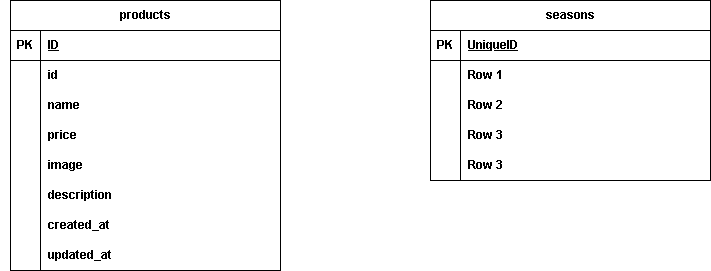
sophy-iu/freshly-picked keeps this draw.io diagram as index.drawio.png. Above is the earlier version. Source tidied: cells renumbered, new cells last; positions are measured from the earlier drawing's top-left corner, leaving out a move shared by most shapes.
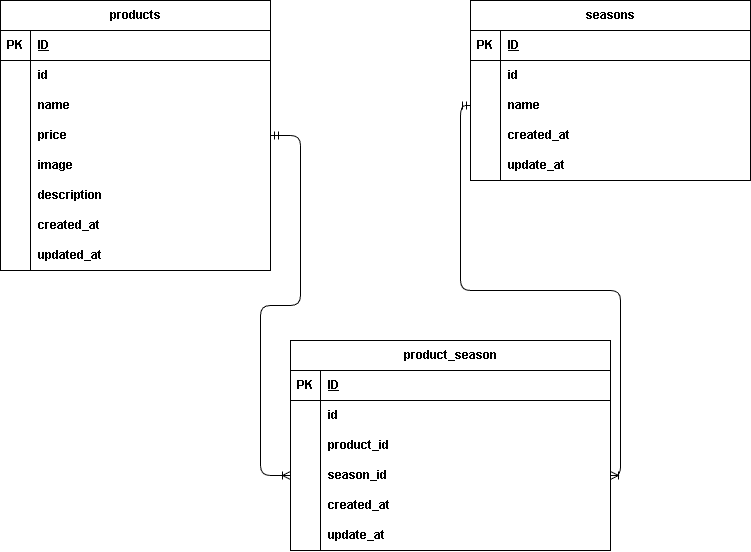
Above is the later version.

Commit message:
ER図作成完了

What changed in the source:
```diff
@@ -9,7 +9,7 @@
       <mxGeometry width="30" height="30" as="geometry" />
     </mxCell>
     <mxCell id="4" value="products" style="shape=table;startSize=30;rowLines=0;fontStyle=1;align=center;html=1;strokeColor=default;strokeWidth=1;verticalAlign=middle;fontFamily=Helvetica;fontSize=12;fontColor=default;fillColor=default;" parent="1" vertex="1">
-      <mxGeometry x="10" width="270" height="270" as="geometry" />
+      <mxGeometry x="-40" width="270" height="270" as="geometry" />
     </mxCell>
     <mxCell id="5" style="shape=tableRow;horizontal=0;startSize=0;swimlaneHead=0;swimlaneBody=0;fillColor=none;top=0;left=0;right=0;bottom=1;strokeColor=default;strokeWidth=1;align=center;verticalAlign=middle;fontFamily=Helvetica;fontSize=12;fontColor=default;fontStyle=1;" parent="4" vertex="1">
       <mxGeometry y="30" width="270" height="30" as="geometry" />
@@ -92,7 +92,7 @@
     <mxCell id="31" value="PK" style="shape=partialRectangle;fillColor=none;top=0;left=0;bottom=0;right=0;fontStyle=1;overflow=hidden;whiteSpace=wrap;html=1;strokeColor=default;strokeWidth=1;align=center;verticalAlign=middle;fontFamily=Helvetica;fontSize=12;fontColor=default;" parent="30" vertex="1">
       <mxGeometry width="30" height="30" as="geometry" />
     </mxCell>
-    <mxCell id="32" value="UniqueID" style="shape=partialRectangle;fillColor=none;top=0;left=0;bottom=0;right=0;align=left;spacingLeft=6;fontStyle=5;overflow=hidden;whiteSpace=wrap;html=1;strokeColor=default;strokeWidth=1;verticalAlign=middle;fontFamily=Helvetica;fontSize=12;fontColor=default;" parent="30" vertex="1">
+    <mxCell id="32" value="ID" style="shape=partialRectangle;fillColor=none;top=0;left=0;bottom=0;right=0;align=left;spacingLeft=6;fontStyle=5;overflow=hidden;whiteSpace=wrap;html=1;strokeColor=default;strokeWidth=1;verticalAlign=middle;fontFamily=Helvetica;fontSize=12;fontColor=default;" parent="30" vertex="1">
       <mxGeometry x="30" width="250" height="30" as="geometry" />
     </mxCell>
     <mxCell id="33" style="shape=tableRow;horizontal=0;startSize=0;swimlaneHead=0;swimlaneBody=0;fillColor=none;top=0;left=0;right=0;bottom=0;strokeColor=default;strokeWidth=1;align=center;verticalAlign=middle;fontFamily=Helvetica;fontSize=12;fontColor=default;fontStyle=1;" parent="29" vertex="1">
@@ -101,7 +101,7 @@
     <mxCell id="34" style="shape=partialRectangle;fillColor=none;top=0;left=0;bottom=0;right=0;overflow=hidden;whiteSpace=wrap;html=1;strokeColor=default;strokeWidth=1;align=center;verticalAlign=middle;fontFamily=Helvetica;fontSize=12;fontColor=default;fontStyle=1;" parent="33" vertex="1">
       <mxGeometry width="30" height="30" as="geometry" />
     </mxCell>
-    <mxCell id="35" value="Row 1" style="shape=partialRectangle;fillColor=none;top=0;left=0;bottom=0;right=0;align=left;spacingLeft=6;overflow=hidden;whiteSpace=wrap;html=1;strokeColor=default;strokeWidth=1;verticalAlign=middle;fontFamily=Helvetica;fontSize=12;fontColor=default;fontStyle=1;" parent="33" vertex="1">
+    <mxCell id="35" value="id" style="shape=partialRectangle;fillColor=none;top=0;left=0;bottom=0;right=0;align=left;spacingLeft=6;overflow=hidden;whiteSpace=wrap;html=1;strokeColor=default;strokeWidth=1;verticalAlign=middle;fontFamily=Helvetica;fontSize=12;fontColor=default;fontStyle=1;" parent="33" vertex="1">
       <mxGeometry x="30" width="250" height="30" as="geometry" />
     </mxCell>
     <mxCell id="36" style="shape=tableRow;horizontal=0;startSize=0;swimlaneHead=0;swimlaneBody=0;fillColor=none;points=[[0,0.5],[1,0.5]];portConstraint=eastwest;top=0;left=0;right=0;bottom=0;strokeColor=default;strokeWidth=1;align=center;verticalAlign=middle;fontFamily=Helvetica;fontSize=12;fontColor=default;fontStyle=1;" parent="29" vertex="1">
@@ -110,7 +110,7 @@
     <mxCell id="37" style="shape=partialRectangle;fillColor=none;top=0;left=0;bottom=0;right=0;overflow=hidden;whiteSpace=wrap;html=1;strokeColor=default;strokeWidth=1;align=center;verticalAlign=middle;fontFamily=Helvetica;fontSize=12;fontColor=default;fontStyle=1;" parent="36" vertex="1">
       <mxGeometry width="30" height="30" as="geometry" />
     </mxCell>
-    <mxCell id="38" value="Row 2" style="shape=partialRectangle;fillColor=none;top=0;left=0;bottom=0;right=0;align=left;spacingLeft=6;overflow=hidden;whiteSpace=wrap;html=1;strokeColor=default;strokeWidth=1;verticalAlign=middle;fontFamily=Helvetica;fontSize=12;fontColor=default;fontStyle=1;" parent="36" vertex="1">
+    <mxCell id="38" value="name" style="shape=partialRectangle;fillColor=none;top=0;left=0;bottom=0;right=0;align=left;spacingLeft=6;overflow=hidden;whiteSpace=wrap;html=1;strokeColor=default;strokeWidth=1;verticalAlign=middle;fontFamily=Helvetica;fontSize=12;fontColor=default;fontStyle=1;" parent="36" vertex="1">
       <mxGeometry x="30" width="250" height="30" as="geometry" />
     </mxCell>
     <mxCell id="39" style="shape=tableRow;horizontal=0;startSize=0;swimlaneHead=0;swimlaneBody=0;fillColor=none;top=0;left=0;right=0;bottom=0;strokeColor=default;strokeWidth=1;align=center;verticalAlign=middle;fontFamily=Helvetica;fontSize=12;fontColor=default;fontStyle=1;" parent="29" vertex="1">
@@ -119,7 +119,7 @@
     <mxCell id="40" style="shape=partialRectangle;fillColor=none;top=0;left=0;bottom=0;right=0;overflow=hidden;whiteSpace=wrap;html=1;strokeColor=default;strokeWidth=1;align=center;verticalAlign=middle;fontFamily=Helvetica;fontSize=12;fontColor=default;fontStyle=1;" parent="39" vertex="1">
       <mxGeometry width="30" height="30" as="geometry" />
     </mxCell>
-    <mxCell id="41" value="Row 3" style="shape=partialRectangle;fillColor=none;top=0;left=0;bottom=0;right=0;align=left;spacingLeft=6;overflow=hidden;whiteSpace=wrap;html=1;strokeColor=default;strokeWidth=1;verticalAlign=middle;fontFamily=Helvetica;fontSize=12;fontColor=default;fontStyle=1;" parent="39" vertex="1">
+    <mxCell id="41" value="created_at" style="shape=partialRectangle;fillColor=none;top=0;left=0;bottom=0;right=0;align=left;spacingLeft=6;overflow=hidden;whiteSpace=wrap;html=1;strokeColor=default;strokeWidth=1;verticalAlign=middle;fontFamily=Helvetica;fontSize=12;fontColor=default;fontStyle=1;" parent="39" vertex="1">
       <mxGeometry x="30" width="250" height="30" as="geometry" />
     </mxCell>
     <mxCell id="42" style="shape=tableRow;horizontal=0;startSize=0;swimlaneHead=0;swimlaneBody=0;fillColor=none;top=0;left=0;right=0;bottom=0;strokeColor=default;strokeWidth=1;align=center;verticalAlign=middle;fontFamily=Helvetica;fontSize=12;fontColor=default;fontStyle=1;" parent="29" vertex="1">
@@ -128,8 +128,77 @@
     <mxCell id="43" style="shape=partialRectangle;fillColor=none;top=0;left=0;bottom=0;right=0;overflow=hidden;whiteSpace=wrap;html=1;strokeColor=default;strokeWidth=1;align=center;verticalAlign=middle;fontFamily=Helvetica;fontSize=12;fontColor=default;fontStyle=1;" parent="42" vertex="1">
       <mxGeometry width="30" height="30" as="geometry" />
     </mxCell>
-    <mxCell id="44" value="Row 3" style="shape=partialRectangle;fillColor=none;top=0;left=0;bottom=0;right=0;align=left;spacingLeft=6;overflow=hidden;whiteSpace=wrap;html=1;strokeColor=default;strokeWidth=1;verticalAlign=middle;fontFamily=Helvetica;fontSize=12;fontColor=default;fontStyle=1;" parent="42" vertex="1">
+    <mxCell id="44" value="update_at" style="shape=partialRectangle;fillColor=none;top=0;left=0;bottom=0;right=0;align=left;spacingLeft=6;overflow=hidden;whiteSpace=wrap;html=1;strokeColor=default;strokeWidth=1;verticalAlign=middle;fontFamily=Helvetica;fontSize=12;fontColor=default;fontStyle=1;" parent="42" vertex="1">
       <mxGeometry x="30" width="250" height="30" as="geometry" />
     </mxCell>
+    <mxCell id="45" value="product_season" style="shape=table;startSize=30;rowLines=0;fontStyle=1;align=center;html=1;strokeColor=default;strokeWidth=1;verticalAlign=middle;fontFamily=Helvetica;fontSize=12;fontColor=default;fillColor=default;" parent="1" vertex="1">
+      <mxGeometry x="250" y="340" width="320" height="210" as="geometry" />
+    </mxCell>
+    <mxCell id="46" style="shape=tableRow;horizontal=0;startSize=0;swimlaneHead=0;swimlaneBody=0;fillColor=none;top=0;left=0;right=0;bottom=1;strokeColor=default;strokeWidth=1;align=center;verticalAlign=middle;fontFamily=Helvetica;fontSize=12;fontColor=default;fontStyle=1;" parent="45" vertex="1">
+      <mxGeometry y="30" width="320" height="30" as="geometry" />
+    </mxCell>
+    <mxCell id="47" value="PK" style="shape=partialRectangle;fillColor=none;top=0;left=0;bottom=0;right=0;fontStyle=1;overflow=hidden;whiteSpace=wrap;html=1;strokeColor=default;strokeWidth=1;align=center;verticalAlign=middle;fontFamily=Helvetica;fontSize=12;fontColor=default;" parent="46" vertex="1">
+      <mxGeometry width="30" height="30" as="geometry" />
+    </mxCell>
+    <mxCell id="48" value="ID" style="shape=partialRectangle;fillColor=none;top=0;left=0;bottom=0;right=0;align=left;spacingLeft=6;fontStyle=5;overflow=hidden;whiteSpace=wrap;html=1;strokeColor=default;strokeWidth=1;verticalAlign=middle;fontFamily=Helvetica;fontSize=12;fontColor=default;" parent="46" vertex="1">
+      <mxGeometry x="30" width="290" height="30" as="geometry" />
+    </mxCell>
+    <mxCell id="49" style="shape=tableRow;horizontal=0;startSize=0;swimlaneHead=0;swimlaneBody=0;fillColor=none;top=0;left=0;right=0;bottom=0;strokeColor=default;strokeWidth=1;align=center;verticalAlign=middle;fontFamily=Helvetica;fontSize=12;fontColor=default;fontStyle=1;" parent="45" vertex="1">
+      <mxGeometry y="60" width="320" height="30" as="geometry" />
+    </mxCell>
+    <mxCell id="50" style="shape=partialRectangle;fillColor=none;top=0;left=0;bottom=0;right=0;overflow=hidden;whiteSpace=wrap;html=1;strokeColor=default;strokeWidth=1;align=center;verticalAlign=middle;fontFamily=Helvetica;fontSize=12;fontColor=default;fontStyle=1;" parent="49" vertex="1">
+      <mxGeometry width="30" height="30" as="geometry" />
+    </mxCell>
+    <mxCell id="51" value="id" style="shape=partialRectangle;fillColor=none;top=0;left=0;bottom=0;right=0;align=left;spacingLeft=6;overflow=hidden;whiteSpace=wrap;html=1;strokeColor=default;strokeWidth=1;verticalAlign=middle;fontFamily=Helvetica;fontSize=12;fontColor=default;fontStyle=1;" parent="49" vertex="1">
+      <mxGeometry x="30" width="290" height="30" as="geometry" />
+    </mxCell>
+    <mxCell id="52" style="shape=tableRow;horizontal=0;startSize=0;swimlaneHead=0;swimlaneBody=0;fillColor=none;top=0;left=0;right=0;bottom=0;strokeColor=default;strokeWidth=1;align=center;verticalAlign=middle;fontFamily=Helvetica;fontSize=12;fontColor=default;fontStyle=1;" parent="45" vertex="1">
+      <mxGeometry y="90" width="320" height="30" as="geometry" />
+    </mxCell>
+    <mxCell id="53" style="shape=partialRectangle;fillColor=none;top=0;left=0;bottom=0;right=0;overflow=hidden;whiteSpace=wrap;html=1;strokeColor=default;strokeWidth=1;align=center;verticalAlign=middle;fontFamily=Helvetica;fontSize=12;fontColor=default;fontStyle=1;" parent="52" vertex="1">
+      <mxGeometry width="30" height="30" as="geometry" />
+    </mxCell>
+    <mxCell id="54" value="product_id" style="shape=partialRectangle;fillColor=none;top=0;left=0;bottom=0;right=0;align=left;spacingLeft=6;overflow=hidden;whiteSpace=wrap;html=1;strokeColor=default;strokeWidth=1;verticalAlign=middle;fontFamily=Helvetica;fontSize=12;fontColor=default;fontStyle=1;" parent="52" vertex="1">
+      <mxGeometry x="30" width="290" height="30" as="geometry" />
+    </mxCell>
+    <mxCell id="55" style="shape=tableRow;horizontal=0;startSize=0;swimlaneHead=0;swimlaneBody=0;fillColor=none;points=[[0,0.5],[1,0.5]];portConstraint=eastwest;top=0;left=0;right=0;bottom=0;strokeColor=default;strokeWidth=1;align=center;verticalAlign=middle;fontFamily=Helvetica;fontSize=12;fontColor=default;fontStyle=1;" parent="45" vertex="1">
+      <mxGeometry y="120" width="320" height="30" as="geometry" />
+    </mxCell>
+    <mxCell id="56" style="shape=partialRectangle;fillColor=none;top=0;left=0;bottom=0;right=0;overflow=hidden;whiteSpace=wrap;html=1;strokeColor=default;strokeWidth=1;align=center;verticalAlign=middle;fontFamily=Helvetica;fontSize=12;fontColor=default;fontStyle=1;" parent="55" vertex="1">
+      <mxGeometry width="30" height="30" as="geometry" />
+    </mxCell>
+    <mxCell id="57" value="season_id" style="shape=partialRectangle;fillColor=none;top=0;left=0;bottom=0;right=0;align=left;spacingLeft=6;overflow=hidden;whiteSpace=wrap;html=1;strokeColor=default;strokeWidth=1;verticalAlign=middle;fontFamily=Helvetica;fontSize=12;fontColor=default;fontStyle=1;" parent="55" vertex="1">
+      <mxGeometry x="30" width="290" height="30" as="geometry" />
+    </mxCell>
+    <mxCell id="58" style="shape=tableRow;horizontal=0;startSize=0;swimlaneHead=0;swimlaneBody=0;fillColor=none;top=0;left=0;right=0;bottom=0;strokeColor=default;strokeWidth=1;align=center;verticalAlign=middle;fontFamily=Helvetica;fontSize=12;fontColor=default;fontStyle=1;" parent="45" vertex="1">
+      <mxGeometry y="150" width="320" height="30" as="geometry" />
+    </mxCell>
+    <mxCell id="59" style="shape=partialRectangle;fillColor=none;top=0;left=0;bottom=0;right=0;overflow=hidden;whiteSpace=wrap;html=1;strokeColor=default;strokeWidth=1;align=center;verticalAlign=middle;fontFamily=Helvetica;fontSize=12;fontColor=default;fontStyle=1;" parent="58" vertex="1">
+      <mxGeometry width="30" height="30" as="geometry" />
+    </mxCell>
+    <mxCell id="60" value="created_at" style="shape=partialRectangle;fillColor=none;top=0;left=0;bottom=0;right=0;align=left;spacingLeft=6;overflow=hidden;whiteSpace=wrap;html=1;strokeColor=default;strokeWidth=1;verticalAlign=middle;fontFamily=Helvetica;fontSize=12;fontColor=default;fontStyle=1;" parent="58" vertex="1">
+      <mxGeometry x="30" width="290" height="30" as="geometry" />
+    </mxCell>
+    <mxCell id="61" style="shape=tableRow;horizontal=0;startSize=0;swimlaneHead=0;swimlaneBody=0;fillColor=none;top=0;left=0;right=0;bottom=0;strokeColor=default;strokeWidth=1;align=center;verticalAlign=middle;fontFamily=Helvetica;fontSize=12;fontColor=default;fontStyle=1;" parent="45" vertex="1">
+      <mxGeometry y="180" width="320" height="30" as="geometry" />
+    </mxCell>
+    <mxCell id="62" style="shape=partialRectangle;fillColor=none;top=0;left=0;bottom=0;right=0;overflow=hidden;whiteSpace=wrap;html=1;strokeColor=default;strokeWidth=1;align=center;verticalAlign=middle;fontFamily=Helvetica;fontSize=12;fontColor=default;fontStyle=1;" parent="61" vertex="1">
+      <mxGeometry width="30" height="30" as="geometry" />
+    </mxCell>
+    <mxCell id="63" value="update_at" style="shape=partialRectangle;fillColor=none;top=0;left=0;bottom=0;right=0;align=left;spacingLeft=6;overflow=hidden;whiteSpace=wrap;html=1;strokeColor=default;strokeWidth=1;verticalAlign=middle;fontFamily=Helvetica;fontSize=12;fontColor=default;fontStyle=1;" parent="61" vertex="1">
+      <mxGeometry x="30" width="290" height="30" as="geometry" />
+    </mxCell>
+    <mxCell id="64" style="edgeStyle=entityRelationEdgeStyle;fontSize=12;html=1;endArrow=ERoneToMany;startArrow=ERmandOne;fontFamily=Helvetica;fontColor=default;fontStyle=1;entryX=0;entryY=0.5;entryDx=0;entryDy=0;exitX=1;exitY=0.5;exitDx=0;exitDy=0;" parent="1" edge="1" source="14" target="55">
+      <mxGeometry relative="1" as="geometry">
+        <Array as="points">
+          <mxPoint x="350" y="60" />
+          <mxPoint x="30" y="310" />
+          <mxPoint x="190" y="320" />
+        </Array>
+      </mxGeometry>
+    </mxCell>
+    <mxCell id="65" style="edgeStyle=orthogonalEdgeStyle;fontSize=12;html=1;endArrow=ERoneToMany;startArrow=ERmandOne;fontFamily=Helvetica;fontColor=default;fontStyle=1;exitX=0;exitY=0.5;exitDx=0;exitDy=0;entryX=1;entryY=0.5;entryDx=0;entryDy=0;" parent="1" edge="1" source="36" target="55">
+      <mxGeometry relative="1" as="geometry" />
+    </mxCell>
   </root>
 </mxGraphModel>
```
